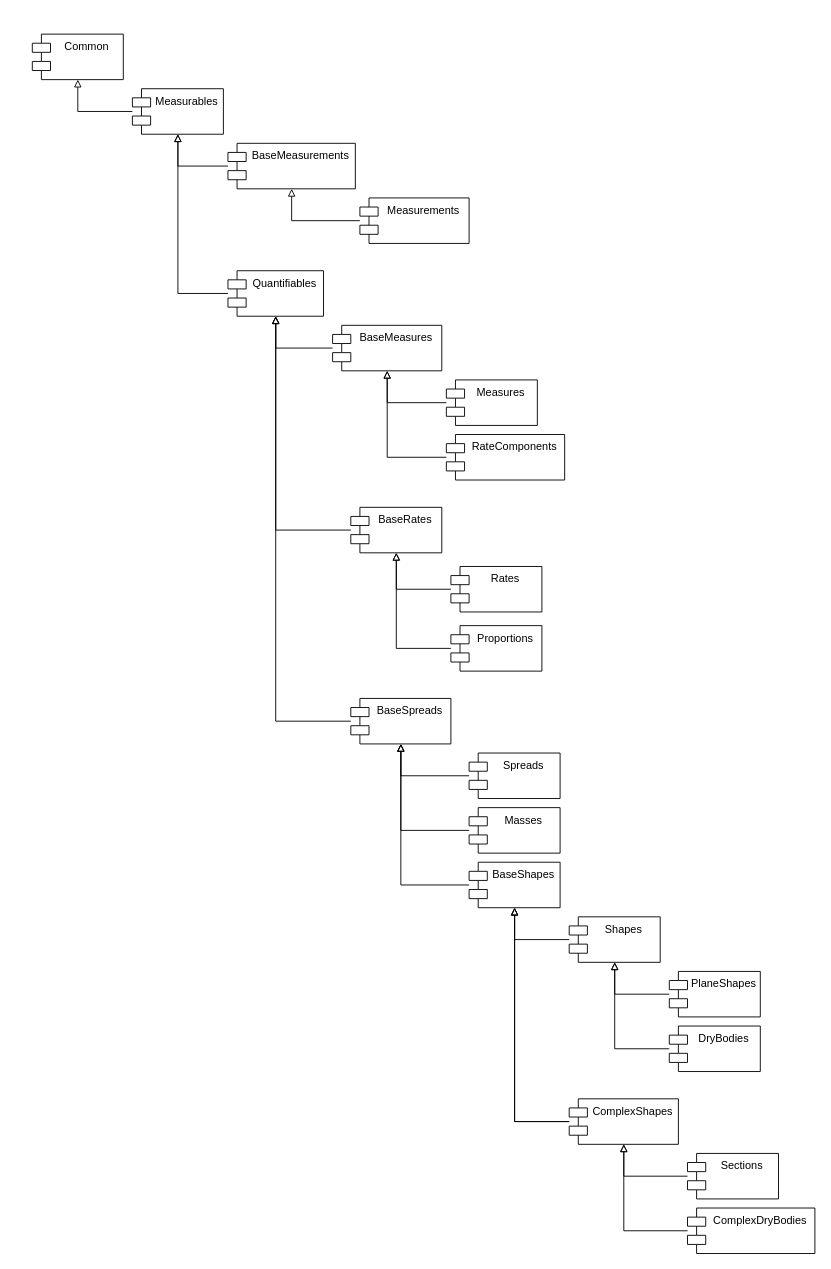
CsabaDu/CsabaDu.FooVaria keeps this draw.io diagram as _ClassDiagrams/ProjectsInheritance.drawio. Above is the earlier version. Source tidied: cells renumbered, new cells numbered last; positions are measured from the earlier drawing's top-left corner, leaving out a move shared by most shapes. Both pictures are drawn from the tidied source at 91%, with x=0, y=0 at pixel (32, 34).
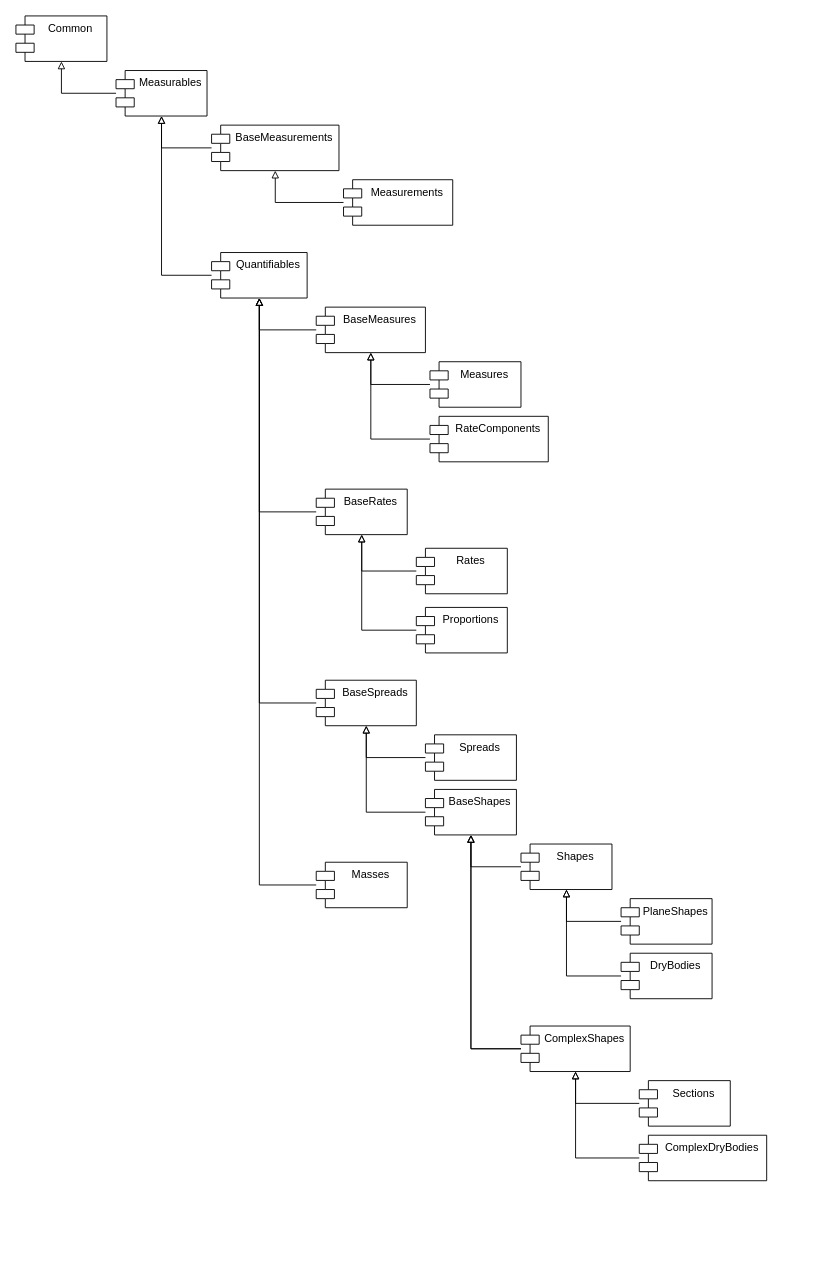
Above is the later version.

What changed in the source:
```diff
@@
     <mxCell id="2" value="Common" style="shape=module;align=left;spacingLeft=20;align=center;verticalAlign=top;whiteSpace=wrap;html=1;" parent="1" vertex="1">
-      <mxGeometry width="100" height="50" as="geometry" />
+      <mxGeometry x="-18" y="-20" width="100" height="50" as="geometry" />
     </mxCell>
@@
     <mxCell id="4" value="Measurables" style="shape=module;align=left;spacingLeft=20;align=center;verticalAlign=top;whiteSpace=wrap;html=1;" parent="1" vertex="1">
-      <mxGeometry x="110" y="60" width="100" height="50" as="geometry" />
+      <mxGeometry x="92" y="40" width="100" height="50" as="geometry" />
     </mxCell>
@@
     <mxCell id="6" value="BaseMeasurements" style="shape=module;align=left;spacingLeft=20;align=center;verticalAlign=top;whiteSpace=wrap;html=1;" parent="1" vertex="1">
-      <mxGeometry x="215" y="120" width="140" height="50" as="geometry" />
+      <mxGeometry x="197" y="100" width="140" height="50" as="geometry" />
     </mxCell>
@@
     <mxCell id="8" value="Quantifiables" style="shape=module;align=left;spacingLeft=20;align=center;verticalAlign=top;whiteSpace=wrap;html=1;" parent="1" vertex="1">
-      <mxGeometry x="215" y="260" width="105" height="50" as="geometry" />
+      <mxGeometry x="197" y="240" width="105" height="50" as="geometry" />
     </mxCell>
@@
     <mxCell id="10" value="BaseMeasures" style="shape=module;align=left;spacingLeft=20;align=center;verticalAlign=top;whiteSpace=wrap;html=1;" parent="1" vertex="1">
-      <mxGeometry x="330" y="320" width="120" height="50" as="geometry" />
+      <mxGeometry x="312" y="300" width="120" height="50" as="geometry" />
     </mxCell>
@@
     <mxCell id="12" value="BaseSpreads" style="shape=module;align=left;spacingLeft=20;align=center;verticalAlign=top;whiteSpace=wrap;html=1;" parent="1" vertex="1">
-      <mxGeometry x="350" y="730" width="110" height="50" as="geometry" />
+      <mxGeometry x="312" y="710" width="110" height="50" as="geometry" />
     </mxCell>
@@
     <mxCell id="14" value="BaseRates" style="shape=module;align=left;spacingLeft=20;align=center;verticalAlign=top;whiteSpace=wrap;html=1;" parent="1" vertex="1">
-      <mxGeometry x="350" y="520" width="100" height="50" as="geometry" />
+      <mxGeometry x="312" y="500" width="100" height="50" as="geometry" />
     </mxCell>
@@
     <mxCell id="16" value="BaseShapes" style="shape=module;align=left;spacingLeft=20;align=center;verticalAlign=top;whiteSpace=wrap;html=1;" parent="1" vertex="1">
-      <mxGeometry x="480" y="910" width="100" height="50" as="geometry" />
+      <mxGeometry x="432" y="830" width="100" height="50" as="geometry" />
     </mxCell>
@@
     <mxCell id="18" value="Measures" style="shape=module;align=left;spacingLeft=20;align=center;verticalAlign=top;whiteSpace=wrap;html=1;" parent="1" vertex="1">
-      <mxGeometry x="455" y="380" width="100" height="50" as="geometry" />
+      <mxGeometry x="437" y="360" width="100" height="50" as="geometry" />
     </mxCell>
@@
     <mxCell id="20" value="RateComponents" style="shape=module;align=left;spacingLeft=20;align=center;verticalAlign=top;whiteSpace=wrap;html=1;" parent="1" vertex="1">
-      <mxGeometry x="455" y="440" width="130" height="50" as="geometry" />
+      <mxGeometry x="437" y="420" width="130" height="50" as="geometry" />
     </mxCell>
@@
     <mxCell id="22" value="Measurements" style="shape=module;align=left;spacingLeft=20;align=center;verticalAlign=top;whiteSpace=wrap;html=1;" parent="1" vertex="1">
-      <mxGeometry x="360" y="180" width="120" height="50" as="geometry" />
+      <mxGeometry x="342" y="160" width="120" height="50" as="geometry" />
     </mxCell>
@@
     <mxCell id="25" value="Shapes" style="shape=module;align=left;spacingLeft=20;align=center;verticalAlign=top;whiteSpace=wrap;html=1;" parent="1" vertex="1">
-      <mxGeometry x="590" y="970" width="100" height="50" as="geometry" />
+      <mxGeometry x="537" y="890" width="100" height="50" as="geometry" />
     </mxCell>
@@
     <mxCell id="28" value="Spreads" style="shape=module;align=left;spacingLeft=20;align=center;verticalAlign=top;whiteSpace=wrap;html=1;" parent="1" vertex="1">
-      <mxGeometry x="480" y="790" width="100" height="50" as="geometry" />
+      <mxGeometry x="432" y="770" width="100" height="50" as="geometry" />
     </mxCell>
     <mxCell id="29" value="ComplexShapes" style="shape=module;align=left;spacingLeft=20;align=center;verticalAlign=top;whiteSpace=wrap;html=1;" parent="1" vertex="1">
-      <mxGeometry x="590" y="1170" width="120" height="50" as="geometry" />
+      <mxGeometry x="537" y="1090" width="120" height="50" as="geometry" />
     </mxCell>
@@
     <mxCell id="31" value="PlaneShapes" style="shape=module;align=left;spacingLeft=20;align=center;verticalAlign=top;whiteSpace=wrap;html=1;" parent="1" vertex="1">
-      <mxGeometry x="700" y="1030" width="100" height="50" as="geometry" />
+      <mxGeometry x="647" y="950" width="100" height="50" as="geometry" />
     </mxCell>
@@
     <mxCell id="33" value="DryBodies" style="shape=module;align=left;spacingLeft=20;align=center;verticalAlign=top;whiteSpace=wrap;html=1;" parent="1" vertex="1">
-      <mxGeometry x="700" y="1090" width="100" height="50" as="geometry" />
+      <mxGeometry x="647" y="1010" width="100" height="50" as="geometry" />
     </mxCell>
@@
     <mxCell id="35" value="Sections" style="shape=module;align=left;spacingLeft=20;align=center;verticalAlign=top;whiteSpace=wrap;html=1;" parent="1" vertex="1">
-      <mxGeometry x="720" y="1230" width="100" height="50" as="geometry" />
+      <mxGeometry x="667" y="1150" width="100" height="50" as="geometry" />
     </mxCell>
@@
     <mxCell id="37" value="ComplexDryBodies" style="shape=module;align=left;spacingLeft=20;align=center;verticalAlign=top;whiteSpace=wrap;html=1;" parent="1" vertex="1">
-      <mxGeometry x="720" y="1290" width="140" height="50" as="geometry" />
+      <mxGeometry x="667" y="1210" width="140" height="50" as="geometry" />
     </mxCell>
-    <mxCell id="38" style="edgeStyle=orthogonalEdgeStyle;rounded=0;jettySize=auto;html=1;endArrow=block;endFill=0;entryX=0.5;entryY=1;entryDx=0;entryDy=0;" parent="1" edge="1" source="39" target="12">
+    <mxCell id="38" style="edgeStyle=orthogonalEdgeStyle;rounded=0;jettySize=auto;html=1;endArrow=block;endFill=0;entryX=0.5;entryY=1;entryDx=0;entryDy=0;" parent="1" edge="1" source="39" target="8">
       <mxGeometry relative="1" as="geometry" />
     </mxCell>
     <mxCell id="39" value="Masses" style="shape=module;align=left;spacingLeft=20;align=center;verticalAlign=top;whiteSpace=wrap;html=1;" parent="1" vertex="1">
-      <mxGeometry x="480" y="850" width="100" height="50" as="geometry" />
+      <mxGeometry x="312" y="910" width="100" height="50" as="geometry" />
     </mxCell>
@@
     <mxCell id="41" value="Rates" style="shape=module;align=left;spacingLeft=20;align=center;verticalAlign=top;whiteSpace=wrap;html=1;" parent="1" vertex="1">
-      <mxGeometry x="460" y="585" width="100" height="50" as="geometry" />
+      <mxGeometry x="422" y="565" width="100" height="50" as="geometry" />
     </mxCell>
@@
     <mxCell id="43" value="Proportions" style="shape=module;align=left;spacingLeft=20;align=center;verticalAlign=top;whiteSpace=wrap;html=1;" parent="1" vertex="1">
-      <mxGeometry x="460" y="650" width="100" height="50" as="geometry" />
+      <mxGeometry x="422" y="630" width="100" height="50" as="geometry" />
     </mxCell>
```
